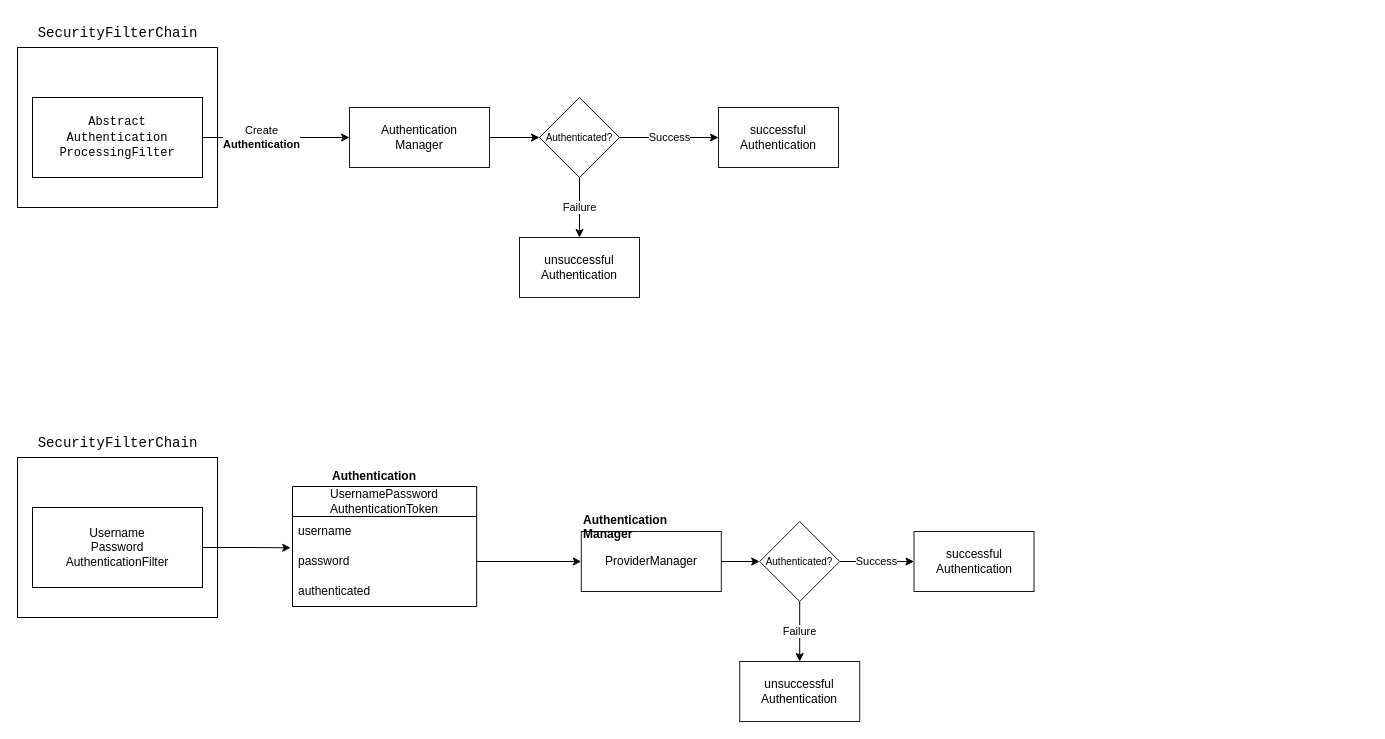
The draw.io diagram 未命名绘图.drawio in error0g/images, before the edit. Source tidied: cells renumbered, new cells numbered last; positions are measured from the earlier drawing's top-left corner, leaving out a move shared by most shapes. Both pictures are drawn from the tidied source at 100%, with x=0, y=0 at pixel (17, 17).
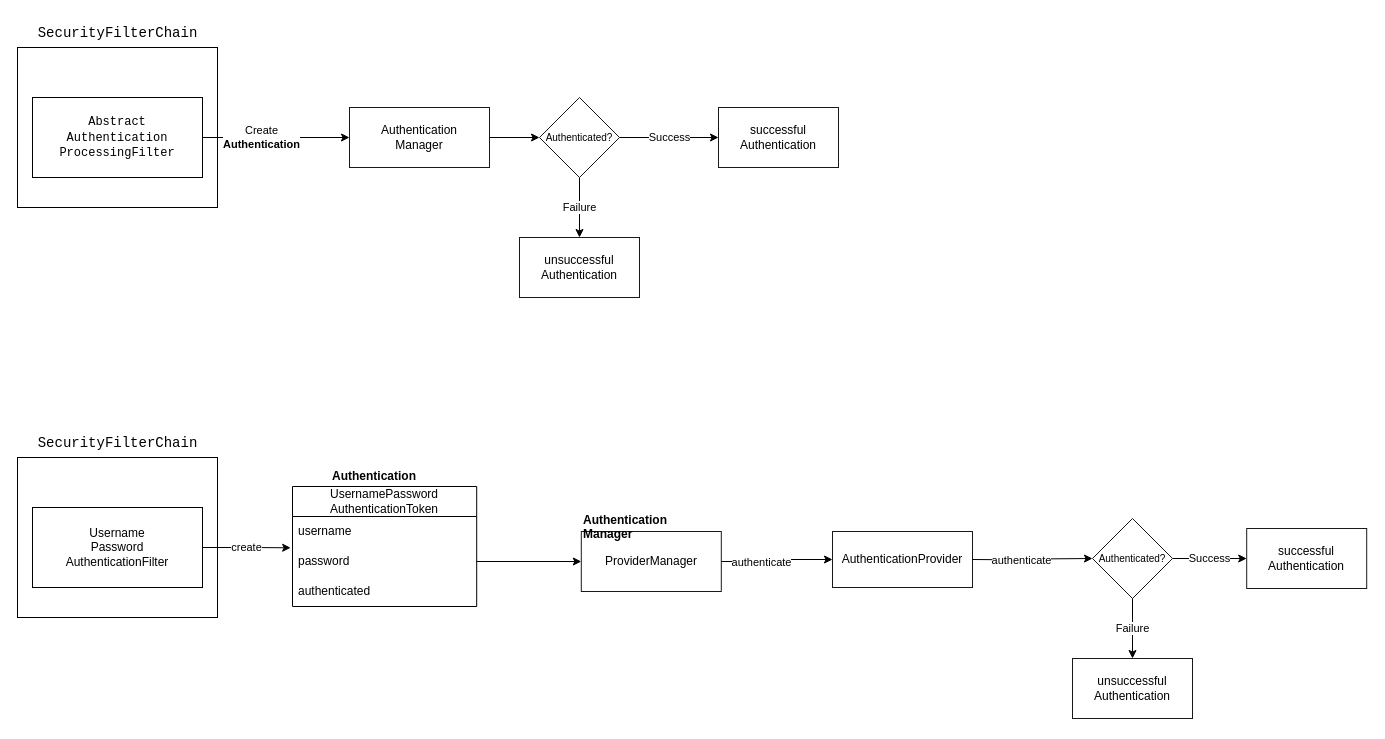
After the change.

Commit message:
更新未命名绘图.drawio

Unchanged cells that the change refers to:
```xml
<mxCell id="17" value="&lt;div&gt;Username&lt;/div&gt;&lt;div&gt;Password&lt;/div&gt;&lt;div&gt;AuthenticationFilter&lt;/div&gt;" style="rounded=0;whiteSpace=wrap;html=1;align=center;" parent="1" vertex="1">
  <mxGeometry x="15" y="490" width="170" height="80" as="geometry" />
</mxCell>
<mxCell id="19" value="ProviderManager" style="rounded=0;whiteSpace=wrap;html=1;opacity=90;" parent="1" vertex="1">
  <mxGeometry x="563.8" y="514" width="140" height="60" as="geometry" />
</mxCell>
<mxCell id="27" value="password" style="text;strokeColor=none;fillColor=none;align=left;verticalAlign=middle;spacingLeft=4;spacingRight=4;overflow=hidden;points=[[0,0.5],[1,0.5]];portConstraint=eastwest;whiteSpace=wrap;html=1;" parent="25" vertex="1">
  <mxGeometry y="60" width="184.2" height="30" as="geometry" />
</mxCell>
```

What changed in the source:
```diff
@@
-    <mxCell id="16" style="edgeStyle=orthogonalEdgeStyle;rounded=0;jettySize=auto;html=1;exitX=1;exitY=0.5;exitDx=0;exitDy=0;entryX=-0.01;entryY=0.043;entryDx=0;entryDy=0;entryPerimeter=0;" parent="1" edge="1" source="17" target="27">
+    <mxCell id="16" value="create" style="edgeStyle=orthogonalEdgeStyle;rounded=0;jettySize=auto;html=1;exitX=1;exitY=0.5;exitDx=0;exitDy=0;entryX=-0.01;entryY=0.043;entryDx=0;entryDy=0;entryPerimeter=0;" parent="1" edge="1" source="17" target="27">
       <mxGeometry relative="1" as="geometry" />
     </mxCell>
@@
-    <mxCell id="18" style="edgeStyle=orthogonalEdgeStyle;rounded=0;jettySize=auto;html=1;" parent="1" edge="1" source="19" target="22">
-      <mxGeometry relative="1" as="geometry" />
-    </mxCell>
+    <mxCell id="32" style="edgeStyle=orthogonalEdgeStyle;rounded=0;jettySize=auto;html=1;" parent="1" edge="1" source="19" target="36">
+      <mxGeometry relative="1" as="geometry" />
+    </mxCell>
+    <mxCell id="33" value="authenticate" style="edgeLabel;html=1;align=center;verticalAlign=middle;" parent="32" vertex="1">
+      <mxGeometry x="-0.3" relative="1" as="geometry" />
+    </mxCell>
@@
     <mxCell id="22" value="&lt;font style=&quot;font-size: 10px;&quot;&gt;Authenticated?&lt;/font&gt;" style="rhombus;whiteSpace=wrap;html=1;rounded=0;opacity=90;" parent="1" vertex="1">
-      <mxGeometry x="742.2" y="504" width="80" height="80" as="geometry" />
+      <mxGeometry x="1075" y="501" width="80" height="80" as="geometry" />
     </mxCell>
     <mxCell id="23" value="&lt;div&gt;unsuccessful&lt;/div&gt;&lt;div&gt;Authentication&lt;/div&gt;" style="whiteSpace=wrap;html=1;rounded=0;opacity=90;" parent="1" vertex="1">
-      <mxGeometry x="722.2" y="644" width="120" height="60" as="geometry" />
+      <mxGeometry x="1055" y="641" width="120" height="60" as="geometry" />
     </mxCell>
     <mxCell id="24" value="&lt;div&gt;successful&lt;/div&gt;&lt;div&gt;Authentication&lt;/div&gt;" style="whiteSpace=wrap;html=1;rounded=0;opacity=90;" parent="1" vertex="1">
-      <mxGeometry x="896.5" y="514" width="120" height="60" as="geometry" />
+      <mxGeometry x="1229.2" y="511" width="120" height="60" as="geometry" />
     </mxCell>
@@
+    <mxCell id="34" style="edgeStyle=orthogonalEdgeStyle;rounded=0;orthogonalLoop=1;jettySize=auto;html=1;exitX=1;exitY=0.5;exitDx=0;exitDy=0;" parent="1" edge="1">
+      <mxGeometry relative="1" as="geometry">
+        <mxPoint x="955" y="542" as="sourcePoint" />
+        <mxPoint x="1075" y="541" as="targetPoint" />
+      </mxGeometry>
+    </mxCell>
+    <mxCell id="35" value="authenticate" style="edgeLabel;html=1;align=center;verticalAlign=middle;" parent="34" vertex="1">
+      <mxGeometry x="-0.19" relative="1" as="geometry" />
+    </mxCell>
+    <mxCell id="36" value="AuthenticationProvider" style="whiteSpace=wrap;html=1;rounded=0;opacity=90;" parent="1" vertex="1">
+      <mxGeometry x="815" y="514" width="140" height="56" as="geometry" />
+    </mxCell>
```
